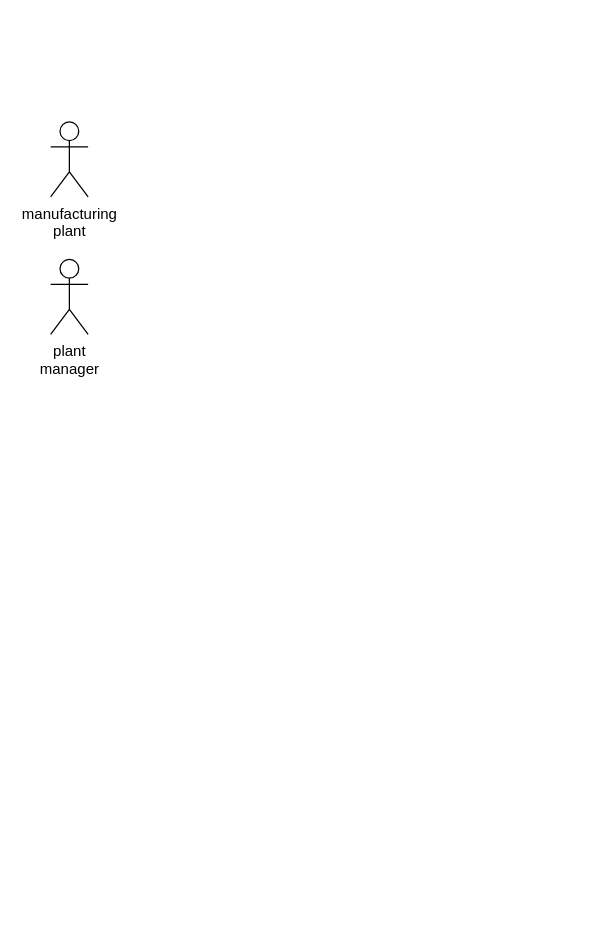
ShineSoYoung/TEST keeps this draw.io diagram as aa_usecase.drawio. Above is the earlier version. Source tidied: cells renumbered, new cells numbered last; positions are measured from the earlier drawing's top-left corner, leaving out a move shared by most shapes. Both pictures are drawn from the tidied source at 125%, with x=0, y=0 at pixel (50, 121).
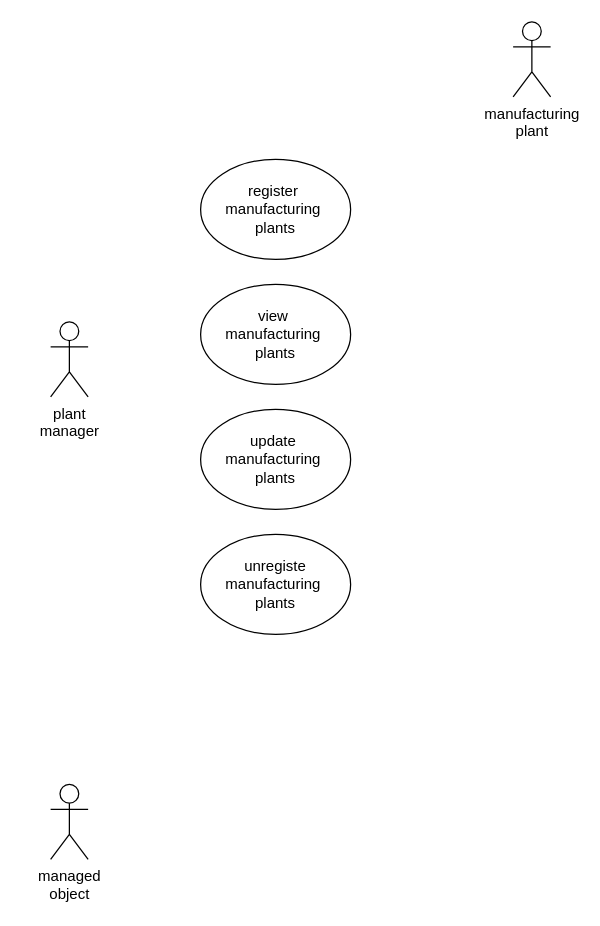
Above is the later version.

What changed in the source:
```diff
@@
 <mxGraphModel>
   <root>
     <mxCell id="0" />
     <mxCell id="1" parent="0" />
     <mxCell id="2" value="manufacturing&lt;br&gt;plant" style="shape=umlActor;verticalLabelPosition=bottom;verticalAlign=top;html=1;" parent="1" vertex="1">
-      <mxGeometry width="30" height="60" as="geometry" />
+      <mxGeometry x="370" y="-80" width="30" height="60" as="geometry" />
     </mxCell>
     <mxCell id="3" value="plant&lt;br&gt;manager" style="shape=umlActor;verticalLabelPosition=bottom;verticalAlign=top;html=1;" parent="1" vertex="1">
-      <mxGeometry y="110" width="30" height="60" as="geometry" />
+      <mxGeometry y="160" width="30" height="60" as="geometry" />
     </mxCell>
+    <mxCell id="4" value="managed&lt;br&gt;object" style="shape=umlActor;verticalLabelPosition=bottom;verticalAlign=top;html=1;" parent="1" vertex="1">
+      <mxGeometry y="530" width="30" height="60" as="geometry" />
+    </mxCell>
+    <mxCell id="5" value="register&amp;nbsp;&lt;br&gt;manufacturing&amp;nbsp;&lt;br&gt;plants" style="ellipse;whiteSpace=wrap;html=1;" parent="1" vertex="1">
+      <mxGeometry x="120" y="30" width="120" height="80" as="geometry" />
+    </mxCell>
+    <mxCell id="6" value="view&amp;nbsp;&lt;br&gt;manufacturing&amp;nbsp;&lt;br&gt;plants" style="ellipse;whiteSpace=wrap;html=1;" parent="1" vertex="1">
+      <mxGeometry x="120" y="130" width="120" height="80" as="geometry" />
+    </mxCell>
+    <mxCell id="7" value="update&amp;nbsp;&lt;br&gt;manufacturing&amp;nbsp;&lt;br&gt;plants" style="ellipse;whiteSpace=wrap;html=1;" parent="1" vertex="1">
+      <mxGeometry x="120" y="230" width="120" height="80" as="geometry" />
+    </mxCell>
+    <mxCell id="8" value="unregiste manufacturing&amp;nbsp;&lt;br&gt;plants" style="ellipse;whiteSpace=wrap;html=1;" parent="1" vertex="1">
+      <mxGeometry x="120" y="330" width="120" height="80" as="geometry" />
+    </mxCell>
   </root>
 </mxGraphModel>
```
